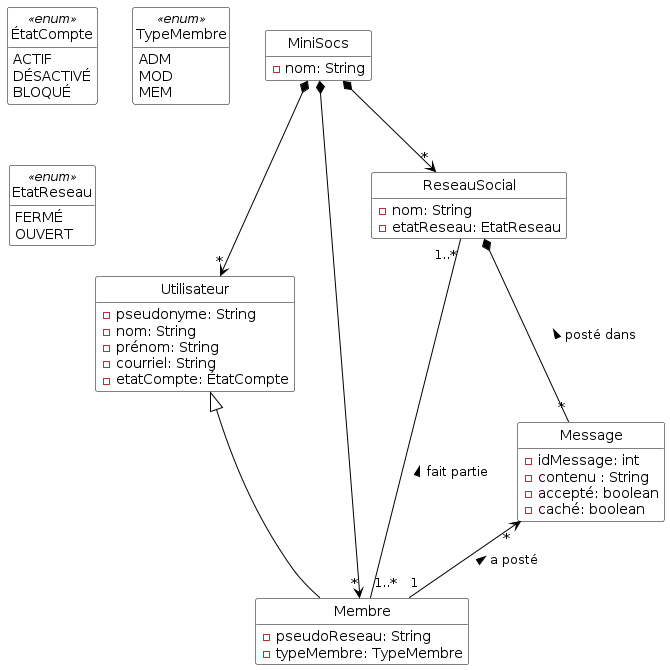
Above: Diagrammes/minisocs_uml_diag_classes_sans_notif.png in ThELud0/Minisocs (PlantUML), before the change.
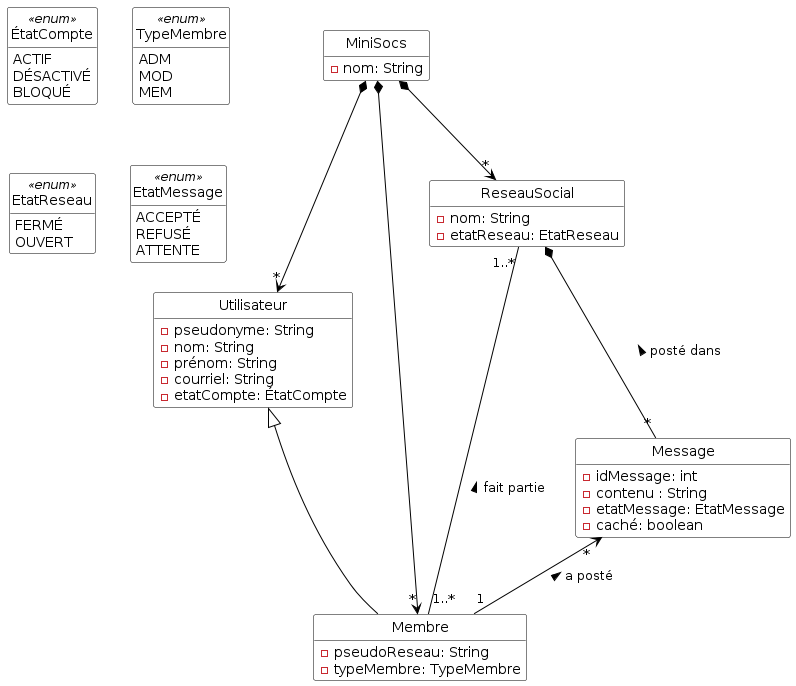
After the commit.

Commit message:
chgt etatmessage et changement pre/post conditions

Diff of the diagram source:
```diff
@@ -45,8 +45,13 @@
 class Message {
   - idMessage: int
   - contenu : String
-  - accepté: boolean
+  - etatMessage: EtatMessage
   - caché: boolean
+}
+enum EtatMessage <<enum>> {
+  ACCEPTÉ
+  REFUSÉ
+  ATTENTE
 }
 
 MiniSocs *--> "*" Utilisateur
```
